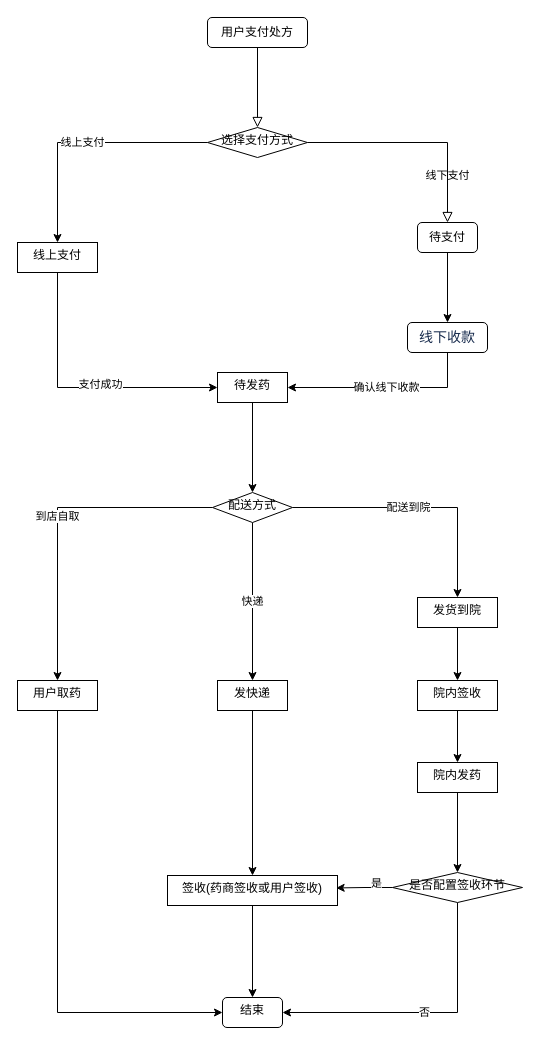
The draw.io diagram 订单管理整体流程图.drawio in denglt/diagrams, before the edit. Source tidied: cells renumbered, new cells numbered last; positions are measured from the earlier drawing's top-left corner, leaving out a move shared by most shapes. Both pictures are drawn from the tidied source at 100%, with x=0, y=0 at pixel (17, 17).
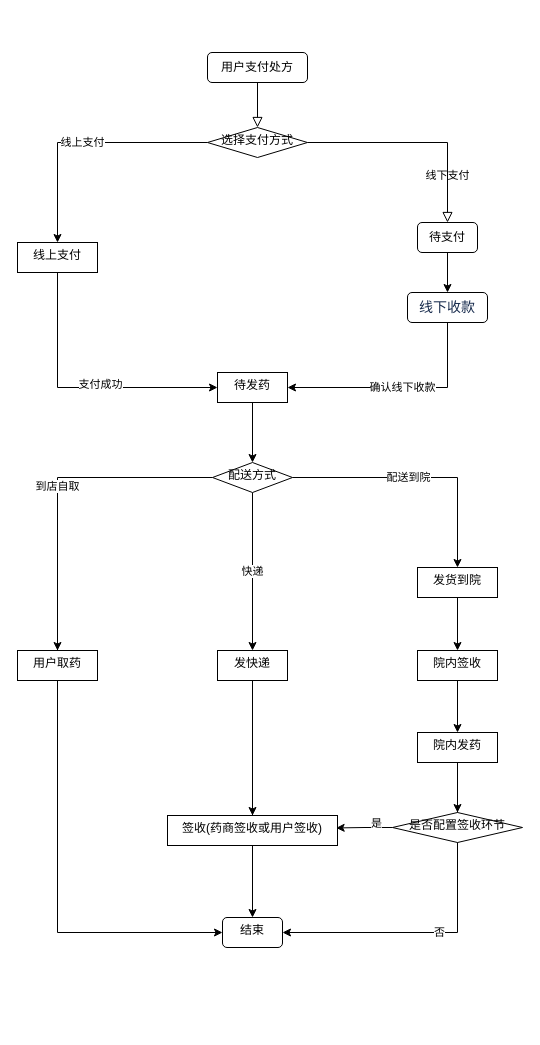
After the change.

Commit message (it also covers changes not shown here):
更新订单管理整体流程图.drawio

What changed in the source:
```diff
@@
     <mxCell id="3" value="用户支付处方" style="rounded=1;whiteSpace=wrap;html=1;fontSize=12;glass=0;strokeWidth=1;shadow=0;" parent="1" vertex="1">
-      <mxGeometry x="190" width="100" height="30" as="geometry" />
+      <mxGeometry x="190" y="35" width="100" height="30" as="geometry" />
     </mxCell>
@@
     <mxCell id="16" value="&lt;span style=&quot;color: rgb(23, 43, 77); font-family: -apple-system, &amp;quot;system-ui&amp;quot;, &amp;quot;Segoe UI&amp;quot;, Roboto, Oxygen, Ubuntu, &amp;quot;Fira Sans&amp;quot;, &amp;quot;Droid Sans&amp;quot;, &amp;quot;Helvetica Neue&amp;quot;, sans-serif; font-size: 14px; text-align: left; background-color: rgb(255, 255, 255);&quot;&gt;线下收款&lt;/span&gt;" style="whiteSpace=wrap;html=1;rounded=1;glass=0;strokeWidth=1;shadow=0;" parent="1" vertex="1">
-      <mxGeometry x="390" y="305" width="80" height="30" as="geometry" />
+      <mxGeometry x="390" y="275" width="80" height="30" as="geometry" />
     </mxCell>
@@
     <mxCell id="21" value="配送方式" style="rhombus;whiteSpace=wrap;html=1;shadow=0;strokeWidth=1;spacing=6;spacingTop=-4;" parent="1" vertex="1">
-      <mxGeometry x="195" y="475" width="80" height="30" as="geometry" />
+      <mxGeometry x="195" y="445" width="80" height="30" as="geometry" />
     </mxCell>
@@
     <mxCell id="23" value="发快递" style="whiteSpace=wrap;html=1;shadow=0;strokeWidth=1;spacing=6;spacingTop=-4;" parent="1" vertex="1">
-      <mxGeometry x="200" y="663" width="70" height="30" as="geometry" />
+      <mxGeometry x="200" y="633" width="70" height="30" as="geometry" />
     </mxCell>
-    <mxCell id="24" style="edgeStyle=orthogonalEdgeStyle;rounded=0;jettySize=auto;html=1;" parent="1" edge="1" source="25" target="26">
+    <mxCell id="24" style="edgeStyle=orthogonalEdgeStyle;rounded=0;jettySize=auto;html=1;" parent="1" edge="1" target="26">
       <mxGeometry relative="1" as="geometry">
+        <mxPoint x="40" y="613" as="sourcePoint" />
         <Array as="points">
-          <mxPoint x="40" y="995" />
+          <mxPoint x="40" y="915" />
         </Array>
       </mxGeometry>
     </mxCell>
     <mxCell id="25" value="用户取药" style="whiteSpace=wrap;html=1;shadow=0;strokeWidth=1;spacing=6;spacingTop=-4;" parent="1" vertex="1">
-      <mxGeometry y="663" width="80" height="30" as="geometry" />
+      <mxGeometry y="633" width="80" height="30" as="geometry" />
     </mxCell>
     <mxCell id="26" value="结束" style="rounded=1;whiteSpace=wrap;html=1;shadow=0;strokeWidth=1;spacing=6;spacingTop=-4;" parent="1" vertex="1">
-      <mxGeometry x="205" y="980" width="60" height="30" as="geometry" />
+      <mxGeometry x="205" y="900" width="60" height="30" as="geometry" />
     </mxCell>
-    <mxCell id="27" style="edgeStyle=orthogonalEdgeStyle;rounded=0;jettySize=auto;html=1;entryX=0.5;entryY=0;entryDx=0;entryDy=0;" parent="1" edge="1" source="28" target="26">
+    <mxCell id="27" style="edgeStyle=orthogonalEdgeStyle;rounded=0;jettySize=auto;html=1;entryX=0.5;entryY=0;entryDx=0;entryDy=0;" parent="1" edge="1" target="26">
       <mxGeometry relative="1" as="geometry">
+        <mxPoint x="235" y="778" as="sourcePoint" />
         <Array as="points">
-          <mxPoint x="235" y="980" />
+          <mxPoint x="235" y="900" />
         </Array>
       </mxGeometry>
     </mxCell>
     <mxCell id="28" value="签收(药商签收或用户签收)" style="whiteSpace=wrap;html=1;shadow=0;strokeWidth=1;spacing=6;spacingTop=-4;" parent="1" vertex="1">
-      <mxGeometry x="150" y="858" width="170" height="30" as="geometry" />
+      <mxGeometry x="150" y="798" width="170" height="30" as="geometry" />
     </mxCell>
@@
     <mxCell id="30" value="发货到院" style="whiteSpace=wrap;html=1;shadow=0;strokeWidth=1;spacing=6;spacingTop=-4;" parent="1" vertex="1">
-      <mxGeometry x="400" y="580" width="80" height="30" as="geometry" />
+      <mxGeometry x="400" y="550" width="80" height="30" as="geometry" />
     </mxCell>
@@
     <mxCell id="32" value="院内签收" style="whiteSpace=wrap;html=1;shadow=0;strokeWidth=1;spacing=6;spacingTop=-4;" parent="1" vertex="1">
-      <mxGeometry x="400" y="663" width="80" height="30" as="geometry" />
+      <mxGeometry x="400" y="633" width="80" height="30" as="geometry" />
     </mxCell>
@@
     <mxCell id="34" value="院内发药" style="whiteSpace=wrap;html=1;shadow=0;strokeWidth=1;spacing=6;spacingTop=-4;" parent="1" vertex="1">
-      <mxGeometry x="400" y="745" width="80" height="30" as="geometry" />
+      <mxGeometry x="400" y="715" width="80" height="30" as="geometry" />
     </mxCell>
-    <mxCell id="35" style="edgeStyle=orthogonalEdgeStyle;rounded=0;jettySize=auto;html=1;entryX=1;entryY=0.5;entryDx=0;entryDy=0;" parent="1" edge="1" source="39" target="26">
+    <mxCell id="35" style="edgeStyle=orthogonalEdgeStyle;rounded=0;jettySize=auto;html=1;entryX=1;entryY=0.5;entryDx=0;entryDy=0;" parent="1" edge="1" target="26">
       <mxGeometry relative="1" as="geometry">
+        <mxPoint x="440" y="775" as="sourcePoint" />
         <Array as="points">
-          <mxPoint x="440" y="995" />
+          <mxPoint x="440" y="915" />
         </Array>
       </mxGeometry>
     </mxCell>
@@
     <mxCell id="39" value="是否配置签收环节&lt;br&gt;" style="rhombus;whiteSpace=wrap;html=1;shadow=0;strokeWidth=1;spacing=6;spacingTop=-4;" parent="1" vertex="1">
-      <mxGeometry x="375" y="855" width="130" height="30" as="geometry" />
+      <mxGeometry x="375" y="795" width="130" height="30" as="geometry" />
     </mxCell>
```
